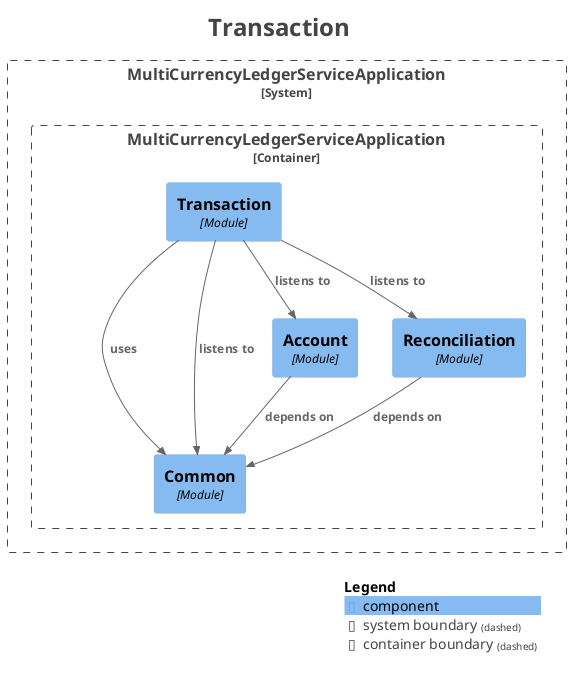
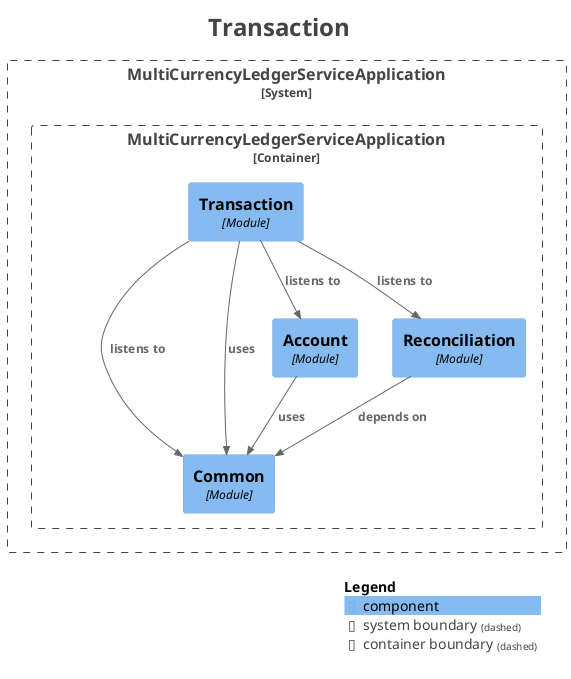
@startuml
title <size:24>Transaction</size>

set separator none
top to bottom direction

<style>
  root {
    BackgroundColor: #ffffff
    FontColor: #444444
  }
</style>

!include <C4/C4>
!include <C4/C4_Context>
!include <C4/C4_Component>

System_Boundary("MultiCurrencyLedgerServiceApplication_boundary", "MultiCurrencyLedgerServiceApplication", $tags="") {
  Container_Boundary("MultiCurrencyLedgerServiceApplication.MultiCurrencyLedgerServiceApplication_boundary", "MultiCurrencyLedgerServiceApplication", $tags="") {
    Component(MultiCurrencyLedgerServiceApplication.MultiCurrencyLedgerServiceApplication.Common, "Common", $techn="Module", $descr="", $tags="", $link="")
    Component(MultiCurrencyLedgerServiceApplication.MultiCurrencyLedgerServiceApplication.Account, "Account", $techn="Module", $descr="", $tags="", $link="")
    Component(MultiCurrencyLedgerServiceApplication.MultiCurrencyLedgerServiceApplication.Reconciliation, "Reconciliation", $techn="Module", $descr="", $tags="", $link="")
    Component(MultiCurrencyLedgerServiceApplication.MultiCurrencyLedgerServiceApplication.Transaction, "Transaction", $techn="Module", $descr="", $tags="", $link="")
  }

}

+ Rel(MultiCurrencyLedgerServiceApplication.MultiCurrencyLedgerServiceApplication.Reconciliation, MultiCurrencyLedgerServiceApplication.MultiCurrencyLedgerServiceApplication.Common, "depends on", $techn="", $tags="", $link="")
+ Rel(MultiCurrencyLedgerServiceApplication.MultiCurrencyLedgerServiceApplication.Transaction, MultiCurrencyLedgerServiceApplication.MultiCurrencyLedgerServiceApplication.Account, "listens to", $techn="", $tags="", $link="")
+ Rel(MultiCurrencyLedgerServiceApplication.MultiCurrencyLedgerServiceApplication.Transaction, MultiCurrencyLedgerServiceApplication.MultiCurrencyLedgerServiceApplication.Common, "listens to", $techn="", $tags="", $link="")
Rel(MultiCurrencyLedgerServiceApplication.MultiCurrencyLedgerServiceApplication.Transaction, MultiCurrencyLedgerServiceApplication.MultiCurrencyLedgerServiceApplication.Reconciliation, "listens to", $techn="", $tags="", $link="")
Rel(MultiCurrencyLedgerServiceApplication.MultiCurrencyLedgerServiceApplication.Transaction, MultiCurrencyLedgerServiceApplication.MultiCurrencyLedgerServiceApplication.Common, "uses", $techn="", $tags="", $link="")
- Rel(MultiCurrencyLedgerServiceApplication.MultiCurrencyLedgerServiceApplication.Account, MultiCurrencyLedgerServiceApplication.MultiCurrencyLedgerServiceApplication.Common, "depends on", $techn="", $tags="", $link="")
- Rel(MultiCurrencyLedgerServiceApplication.MultiCurrencyLedgerServiceApplication.Reconciliation, MultiCurrencyLedgerServiceApplication.MultiCurrencyLedgerServiceApplication.Common, "depends on", $techn="", $tags="", $link="")
- Rel(MultiCurrencyLedgerServiceApplication.MultiCurrencyLedgerServiceApplication.Transaction, MultiCurrencyLedgerServiceApplication.MultiCurrencyLedgerServiceApplication.Common, "listens to", $techn="", $tags="", $link="")
- Rel(MultiCurrencyLedgerServiceApplication.MultiCurrencyLedgerServiceApplication.Transaction, MultiCurrencyLedgerServiceApplication.MultiCurrencyLedgerServiceApplication.Account, "listens to", $techn="", $tags="", $link="")
+ Rel(MultiCurrencyLedgerServiceApplication.MultiCurrencyLedgerServiceApplication.Account, MultiCurrencyLedgerServiceApplication.MultiCurrencyLedgerServiceApplication.Common, "uses", $techn="", $tags="", $link="")

SHOW_LEGEND(true)
hide stereotypes
@enduml